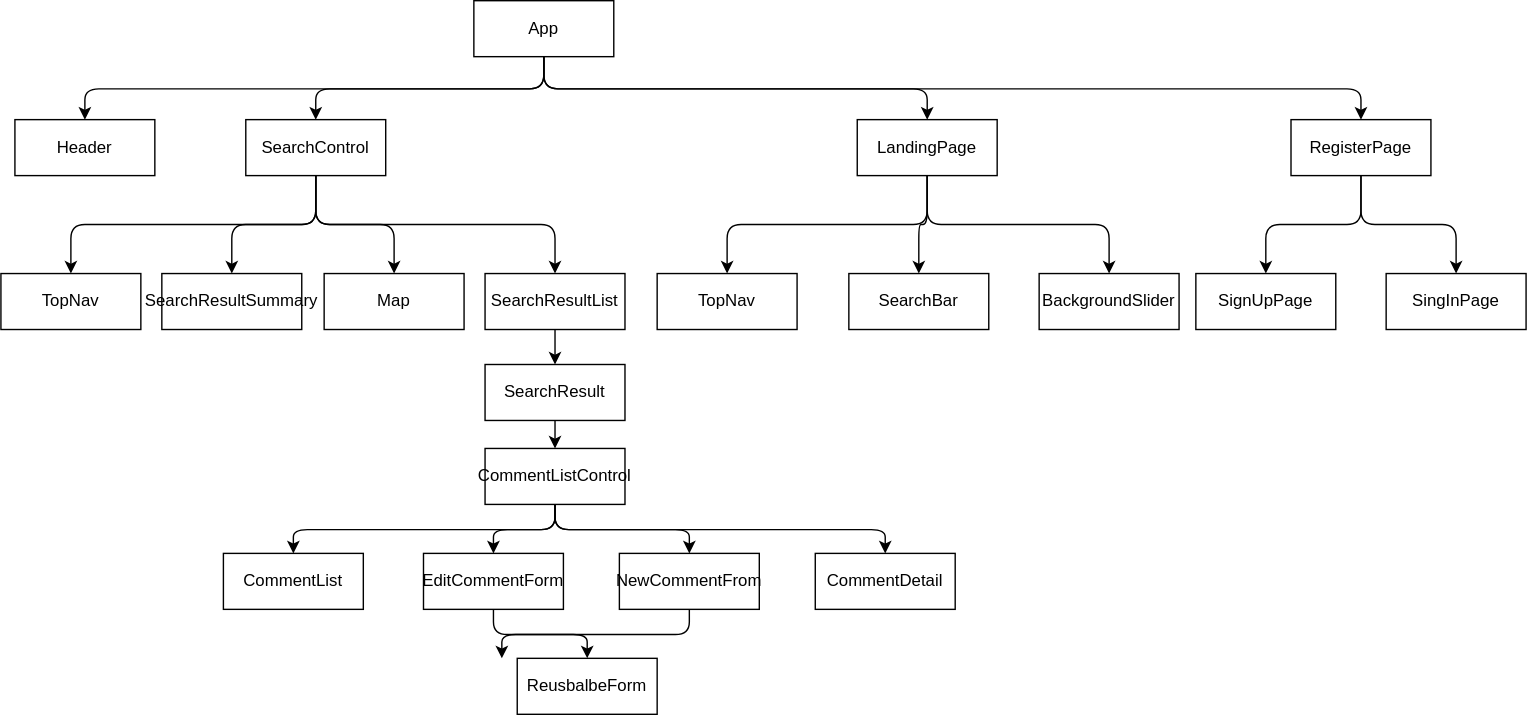
This is diagrams/MVP Diagram.drawio.svg from zbl14/capstone-planning-log-and-proposal, a draw.io export, as it was before one commit. Source tidied: cells renumbered, new cells last; positions are measured from the earlier drawing's top-left corner, leaving out a move shared by most shapes.
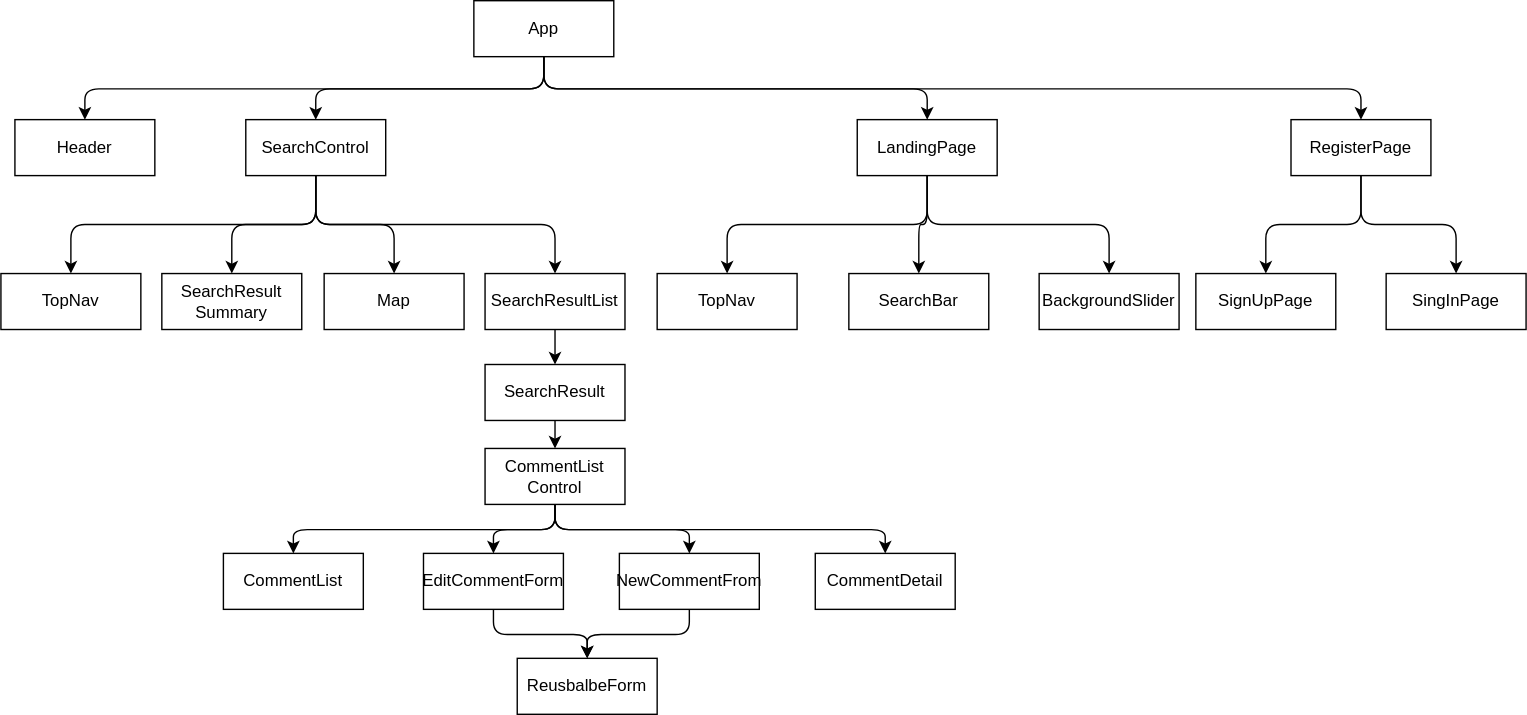
Later version of the same file.

Change to the diagram source:
```diff
@@ -74,7 +74,7 @@
     <mxCell id="25" value="TopNav" style="rounded=0;whiteSpace=wrap;html=1;" parent="1" vertex="1">
       <mxGeometry y="195" width="100" height="40" as="geometry" />
     </mxCell>
-    <mxCell id="26" value="SearchResultSummary" style="rounded=0;whiteSpace=wrap;html=1;" parent="1" vertex="1">
+    <mxCell id="26" value="SearchResult&lt;br&gt;Summary" style="rounded=0;html=1;fontColor=default;labelBackgroundColor=none;labelBorderColor=none;whiteSpace=wrap;" parent="1" vertex="1">
       <mxGeometry x="115" y="195" width="100" height="40" as="geometry" />
     </mxCell>
     <mxCell id="27" style="edgeStyle=elbowEdgeStyle;elbow=vertical;html=1;exitX=0.5;exitY=1;exitDx=0;exitDy=0;entryX=0.5;entryY=0;entryDx=0;entryDy=0;" parent="1" edge="1" source="28" target="30">
@@ -101,7 +101,7 @@
     <mxCell id="34" style="edgeStyle=elbowEdgeStyle;elbow=vertical;html=1;exitX=0.5;exitY=1;exitDx=0;exitDy=0;entryX=0.5;entryY=0;entryDx=0;entryDy=0;" parent="1" edge="1" source="35" target="41">
       <mxGeometry relative="1" as="geometry" />
     </mxCell>
-    <mxCell id="35" value="CommentListControl" style="rounded=0;whiteSpace=wrap;html=1;" parent="1" vertex="1">
+    <mxCell id="35" value="CommentList&lt;br&gt;Control" style="rounded=0;whiteSpace=wrap;html=1;" parent="1" vertex="1">
       <mxGeometry x="346" y="320" width="100" height="40" as="geometry" />
     </mxCell>
     <mxCell id="36" value="CommentList" style="rounded=0;whiteSpace=wrap;html=1;" parent="1" vertex="1">
@@ -113,10 +113,8 @@
     <mxCell id="38" value="EditCommentForm" style="rounded=0;whiteSpace=wrap;html=1;" parent="1" vertex="1">
       <mxGeometry x="302" y="395" width="100" height="40" as="geometry" />
     </mxCell>
-    <mxCell id="39" style="edgeStyle=elbowEdgeStyle;elbow=vertical;html=1;exitX=0.5;exitY=1;exitDx=0;exitDy=0;" parent="1" edge="1" source="40">
-      <mxGeometry relative="1" as="geometry">
-        <mxPoint x="358" y="470" as="targetPoint" />
-      </mxGeometry>
+    <mxCell id="39" style="edgeStyle=elbowEdgeStyle;elbow=vertical;html=1;exitX=0.5;exitY=1;exitDx=0;exitDy=0;entryX=0.5;entryY=0;entryDx=0;entryDy=0;" parent="1" edge="1" source="40" target="42">
+      <mxGeometry relative="1" as="geometry" />
     </mxCell>
     <mxCell id="40" value="NewCommentFrom" style="rounded=0;whiteSpace=wrap;html=1;" parent="1" vertex="1">
       <mxGeometry x="442" y="395" width="100" height="40" as="geometry" />
```
